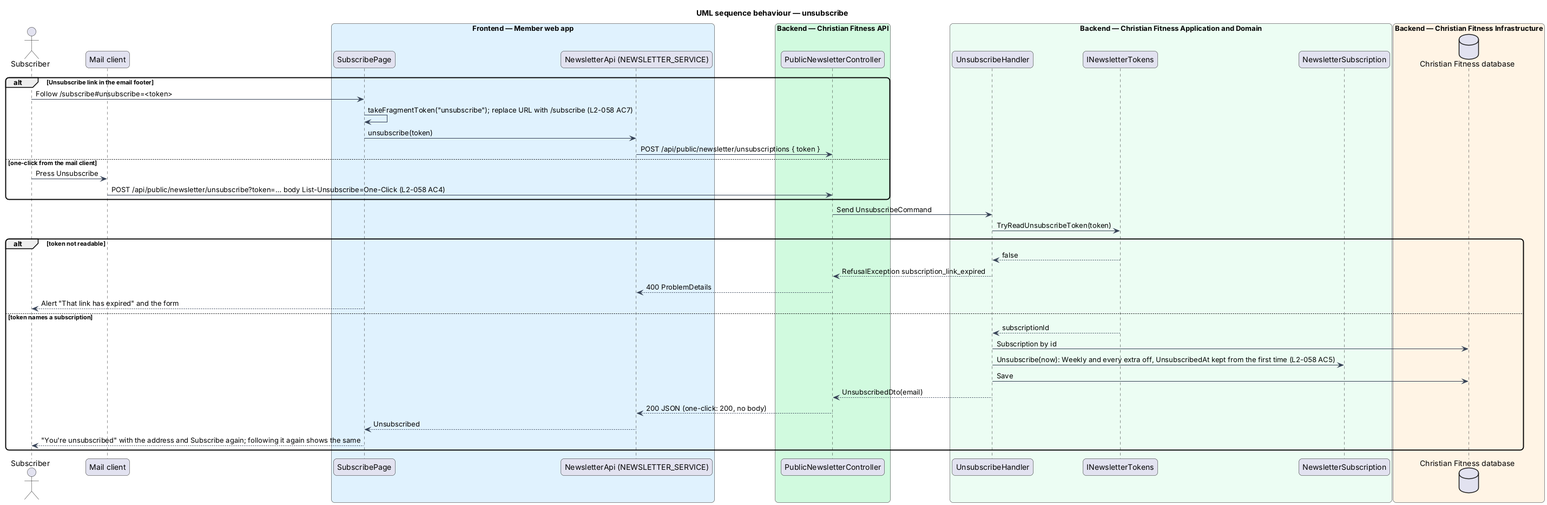
Above: docs/detailed-designs/news/confirm-and-unsubscribe/diagrams/sequence-unsubscribe.png in QuinntyneBrown/christian-fitness (PlantUML), before the change. Its source is kept beside it as docs/detailed-designs/news/confirm-and-unsubscribe/diagrams/sequence-unsubscribe.puml.
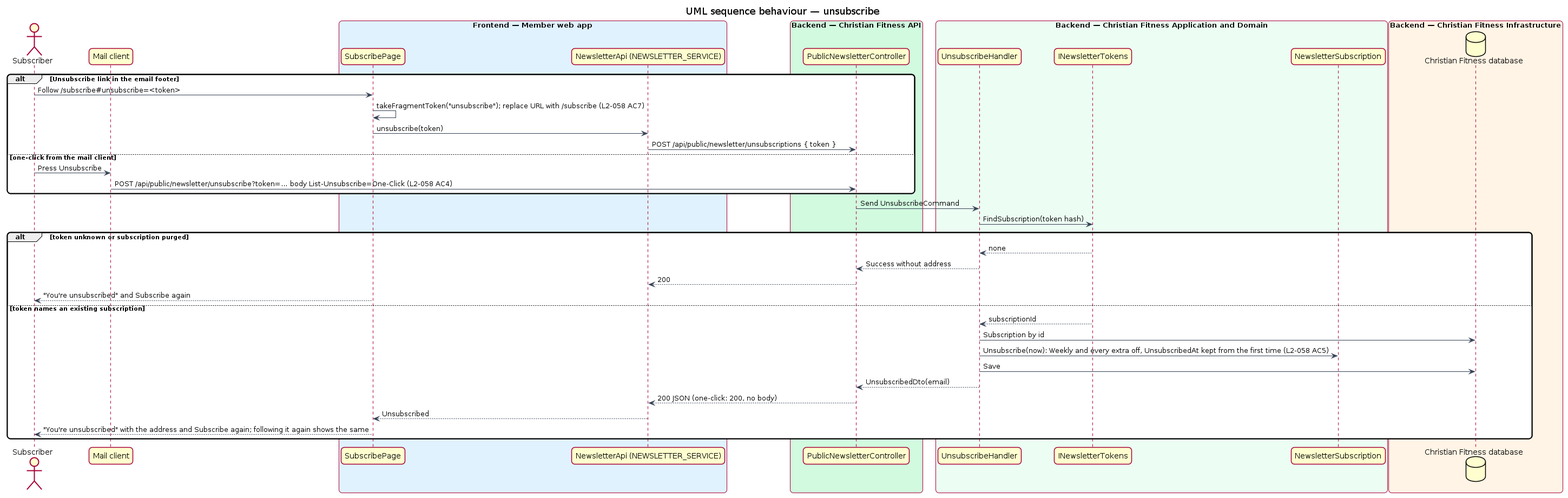
After the change.

Change to the diagram source:
```diff
@@ -32,13 +32,13 @@
   mua -> ctrl : POST /api/public/newsletter/unsubscribe?token=… body List-Unsubscribe=One-Click (L2-058 AC4)
 end
 ctrl -> h : Send UnsubscribeCommand
-h -> tokens : TryReadUnsubscribeToken(token)
-alt token not readable
-  tokens --> h : false
-  h --> ctrl : RefusalException subscription_link_expired
-  ctrl --> client : 400 ProblemDetails
-  page --> actor : Alert "That link has expired" and the form
-else token names a subscription
+h -> tokens : FindSubscription(token hash)
+alt token unknown or subscription purged
+  tokens --> h : none
+  h --> ctrl : Success without address
+  ctrl --> client : 200
+  page --> actor : "You're unsubscribed" and Subscribe again
+else token names an existing subscription
   tokens --> h : subscriptionId
   h -> db : Subscription by id
   h -> sub : Unsubscribe(now): Weekly and every extra off, UnsubscribedAt kept from the first time (L2-058 AC5)
```
